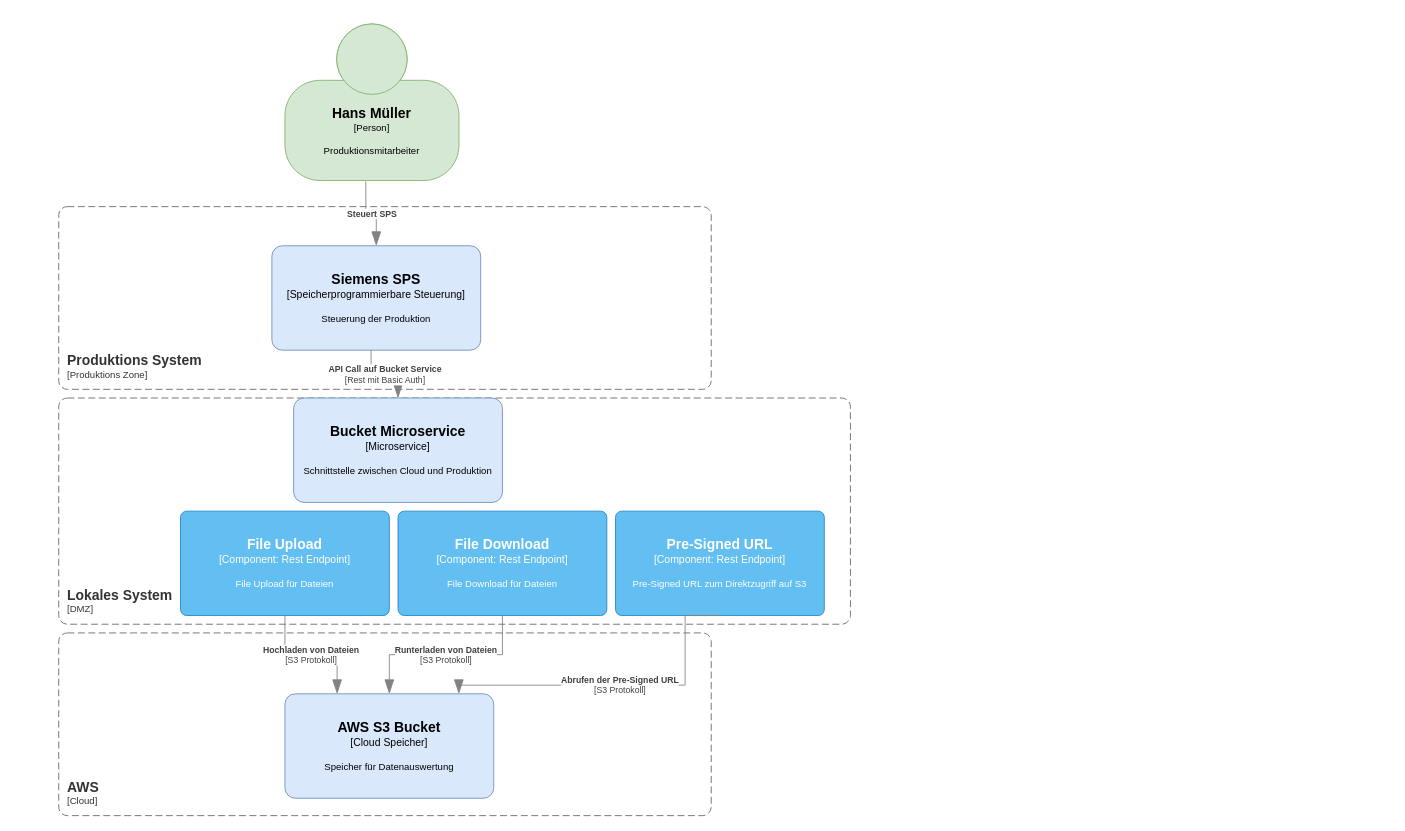
This is diagrams/C4.drawio from teimyBr/DLBSEPPSD01_D, a draw.io file, before an edit. Source tidied: cells renumbered, new cells numbered last; positions are measured from the earlier drawing's top-left corner, leaving out a move shared by most shapes. Both pictures are drawn from the tidied source at 87%, with x=0, y=0 at pixel (58, 23).
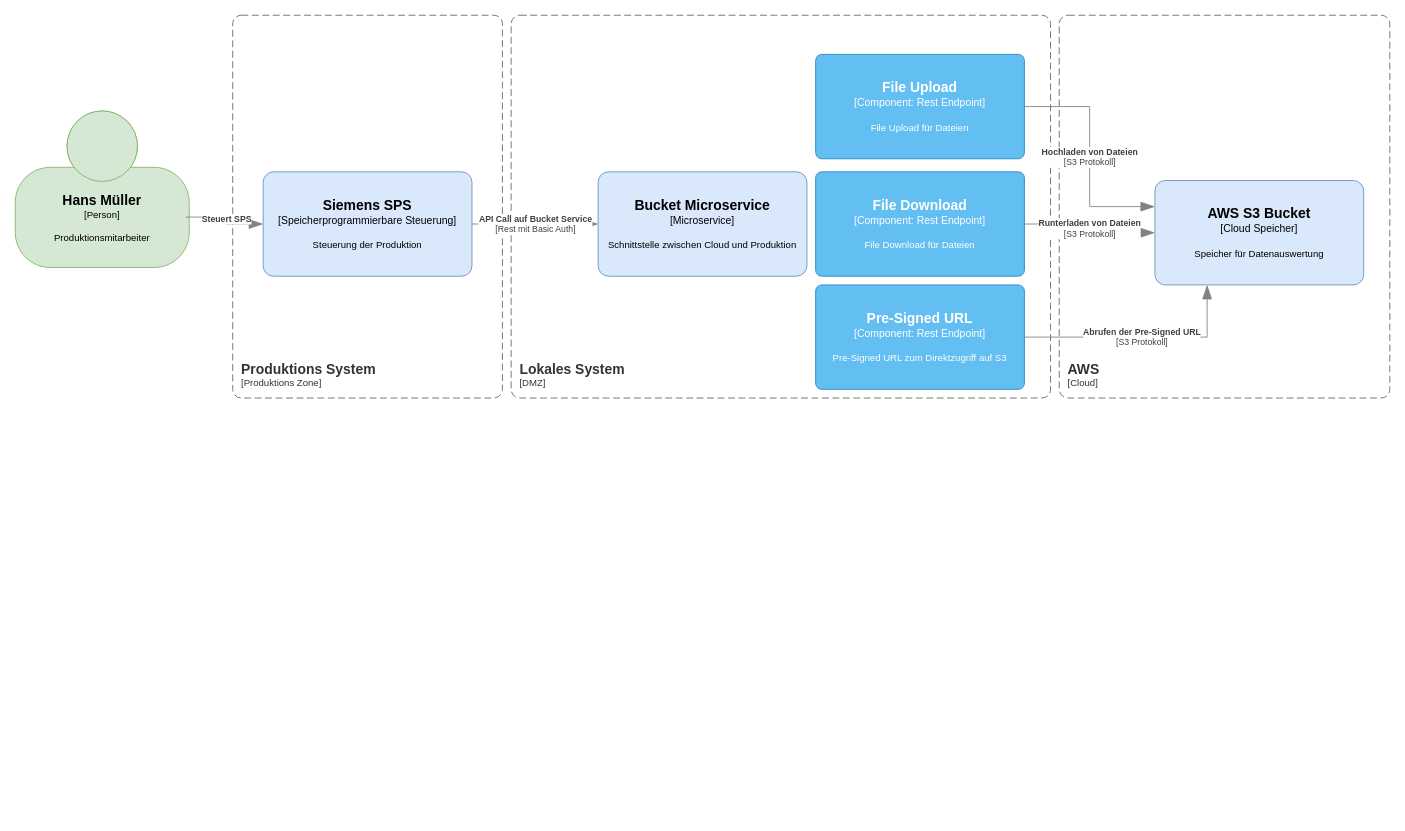
The same diagram, later.

The edit, as a diff of the source:
```diff
@@
     <object id="2" label="&lt;font style=&quot;font-size: 16px&quot;&gt;&lt;b&gt;%c4Name%&lt;/b&gt;&lt;/font&gt;&lt;div&gt;[%c4Type%]&lt;/div&gt;&lt;br&gt;&lt;div&gt;&lt;font style=&quot;font-size: 11px&quot;&gt;&lt;font&gt;%c4Description%&lt;/font&gt;&lt;/font&gt;&lt;/div&gt;" c4Description="Produktionsmitarbeiter" c4Name="Hans Müller" c4Type="Person" placeholders="1">
       <mxCell style="html=1;fontSize=11;dashed=0;whiteSpace=wrap;shape=mxgraph.c4.person2;align=center;points=[[0.5,0,0],[1,0.5,0],[1,0.75,0],[0.75,1,0],[0.5,1,0],[0.25,1,0],[0,0.75,0],[0,0.5,0]];fillColor=#d5e8d4;strokeColor=#82b366;fontColor=default;" parent="1" vertex="1">
-        <mxGeometry x="260" width="200" height="180" as="geometry" />
+        <mxGeometry x="-50" y="100" width="200" height="180" as="geometry" />
       </mxCell>
     </object>
     <object id="3" label="&lt;font style=&quot;font-size: 16px&quot;&gt;&lt;b&gt;&lt;div style=&quot;text-align: left&quot;&gt;%c4Name%&lt;/div&gt;&lt;/b&gt;&lt;/font&gt;&lt;div style=&quot;text-align: left&quot;&gt;[%c4Application%]&lt;/div&gt;" c4Application="Cloud" c4Name="AWS" placeholders="1">
       <mxCell style="rounded=1;fontSize=11;whiteSpace=wrap;html=1;dashed=1;arcSize=20;fillColor=none;strokeColor=#666666;fontColor=#333333;labelBackgroundColor=none;align=left;verticalAlign=bottom;labelBorderColor=none;spacingTop=0;spacing=10;dashPattern=8 4;perimeter=rectanglePerimeter;noLabel=0;labelPadding=0;absoluteArcSize=1;" parent="1" vertex="1">
-        <mxGeometry y="700" width="750" height="210" as="geometry" />
+        <mxGeometry x="1150" y="-10" width="380" height="440" as="geometry" />
       </mxCell>
     </object>
     <object id="4" label="&lt;font style=&quot;font-size: 16px&quot;&gt;&lt;b&gt;&lt;div style=&quot;text-align: left&quot;&gt;%c4Name%&lt;/div&gt;&lt;/b&gt;&lt;/font&gt;&lt;div style=&quot;text-align: left&quot;&gt;[%c4Application%]&lt;/div&gt;" c4Application="DMZ" c4Name="Lokales System" placeholders="1">
       <mxCell style="rounded=1;fontSize=11;whiteSpace=wrap;html=1;dashed=1;arcSize=20;fillColor=none;strokeColor=#666666;fontColor=#333333;labelBackgroundColor=none;align=left;verticalAlign=bottom;labelBorderColor=none;spacingTop=0;spacing=10;dashPattern=8 4;perimeter=rectanglePerimeter;noLabel=0;labelPadding=0;absoluteArcSize=1;" parent="1" vertex="1">
-        <mxGeometry y="430" width="910" height="260" as="geometry" />
+        <mxGeometry x="520" y="-10" width="620" height="440" as="geometry" />
       </mxCell>
     </object>
     <object id="5" label="&lt;font style=&quot;font-size: 16px&quot;&gt;&lt;b&gt;&lt;div style=&quot;text-align: left&quot;&gt;%c4Name%&lt;/div&gt;&lt;/b&gt;&lt;/font&gt;&lt;div style=&quot;text-align: left&quot;&gt;[%c4Application%]&lt;/div&gt;" c4Application="Produktions Zone" c4Name="Produktions System" placeholders="1">
       <mxCell style="rounded=1;fontSize=11;whiteSpace=wrap;html=1;dashed=1;arcSize=20;fillColor=none;strokeColor=#666666;fontColor=#333333;labelBackgroundColor=none;align=left;verticalAlign=bottom;labelBorderColor=none;spacingTop=0;spacing=10;dashPattern=8 4;perimeter=rectanglePerimeter;noLabel=0;labelPadding=0;absoluteArcSize=1;" parent="1" vertex="1">
-        <mxGeometry y="210" width="750" height="210" as="geometry" />
+        <mxGeometry x="200" y="-10" width="310" height="440" as="geometry" />
       </mxCell>
     </object>
     <object id="6" label="&lt;font style=&quot;font-size: 16px&quot;&gt;&lt;b&gt;%c4Name%&lt;/b&gt;&lt;/font&gt;&lt;div&gt;[%c4Type%]&lt;/div&gt;&lt;br&gt;&lt;div&gt;&lt;font style=&quot;font-size: 11px&quot;&gt;&lt;font&gt;%c4Description%&lt;/font&gt;&lt;/font&gt;&lt;/div&gt;" c4Description="Steuerung der Produktion" c4Name="Siemens SPS" c4Type="Speicherprogrammierbare Steuerung" placeholders="1">
       <mxCell style="rounded=1;whiteSpace=wrap;html=1;labelBackgroundColor=none;fillColor=#dae8fc;align=center;arcSize=10;strokeColor=#6c8ebf;points=[[0.25,0,0],[0.5,0,0],[0.75,0,0],[1,0.25,0],[1,0.5,0],[1,0.75,0],[0.75,1,0],[0.5,1,0],[0.25,1,0],[0,0.75,0],[0,0.5,0],[0,0.25,0]];fontColor=default;" parent="1" vertex="1">
-        <mxGeometry x="245" y="255" width="240" height="120" as="geometry" />
+        <mxGeometry x="235" y="170" width="240" height="120" as="geometry" />
       </mxCell>
     </object>
     <object id="7" label="&lt;font style=&quot;font-size: 16px&quot;&gt;&lt;b&gt;%c4Name%&lt;/b&gt;&lt;/font&gt;&lt;div&gt;[%c4Type%]&lt;/div&gt;&lt;br&gt;&lt;div&gt;&lt;font style=&quot;font-size: 11px&quot;&gt;&lt;font&gt;%c4Description%&lt;/font&gt;&lt;/font&gt;&lt;/div&gt;" c4Description="Schnittstelle zwischen Cloud und Produktion" c4Name="Bucket Microservice" c4Type="Microservice" placeholders="1">
       <mxCell style="rounded=1;whiteSpace=wrap;html=1;labelBackgroundColor=none;fillColor=#dae8fc;align=center;arcSize=10;strokeColor=#6c8ebf;points=[[0.25,0,0],[0.5,0,0],[0.75,0,0],[1,0.25,0],[1,0.5,0],[1,0.75,0],[0.75,1,0],[0.5,1,0],[0.25,1,0],[0,0.75,0],[0,0.5,0],[0,0.25,0]];fontColor=default;" parent="1" vertex="1">
-        <mxGeometry x="270" y="430" width="240" height="120" as="geometry" />
+        <mxGeometry x="620" y="170" width="240" height="120" as="geometry" />
       </mxCell>
     </object>
     <object id="8" label="&lt;font style=&quot;font-size: 16px&quot;&gt;&lt;b&gt;%c4Name%&lt;/b&gt;&lt;/font&gt;&lt;div&gt;[%c4Type%]&lt;/div&gt;&lt;br&gt;&lt;div&gt;&lt;font style=&quot;font-size: 11px&quot;&gt;&lt;font&gt;%c4Description%&lt;/font&gt;&lt;/font&gt;&lt;/div&gt;" c4Description="Speicher für Datenauswertung" c4Name="AWS S3 Bucket" c4Type="Cloud Speicher" placeholders="1">
       <mxCell style="rounded=1;whiteSpace=wrap;html=1;labelBackgroundColor=none;fillColor=#dae8fc;align=center;arcSize=10;strokeColor=#6c8ebf;points=[[0.25,0,0],[0.5,0,0],[0.75,0,0],[1,0.25,0],[1,0.5,0],[1,0.75,0],[0.75,1,0],[0.5,1,0],[0.25,1,0],[0,0.75,0],[0,0.5,0],[0,0.25,0]];fontColor=default;" parent="1" vertex="1">
-        <mxGeometry x="260" y="770" width="240" height="120" as="geometry" />
+        <mxGeometry x="1260" y="180" width="240" height="120" as="geometry" />
       </mxCell>
     </object>
     <object id="9" label="&lt;font style=&quot;font-size: 16px&quot;&gt;&lt;b&gt;%c4Name%&lt;/b&gt;&lt;/font&gt;&lt;div&gt;[%c4Type%: %c4Technology%]&lt;/div&gt;&lt;br&gt;&lt;div&gt;&lt;font style=&quot;font-size: 11px&quot;&gt;%c4Description%&lt;/font&gt;&lt;/div&gt;" c4Description="File Upload für Dateien" c4Name="File Upload" c4Technology="Rest Endpoint" c4Type="Component" placeholders="1">
       <mxCell style="rounded=1;whiteSpace=wrap;html=1;labelBackgroundColor=none;fillColor=#63BEF2;fontColor=#ffffff;align=center;arcSize=6;strokeColor=#2086C9;points=[[0.25,0,0],[0.5,0,0],[0.75,0,0],[1,0.25,0],[1,0.5,0],[1,0.75,0],[0.75,1,0],[0.5,1,0],[0.25,1,0],[0,0.75,0],[0,0.5,0],[0,0.25,0]];" parent="1" vertex="1">
-        <mxGeometry x="140" y="560" width="240" height="120" as="geometry" />
+        <mxGeometry x="870" y="35" width="240" height="120" as="geometry" />
       </mxCell>
     </object>
     <object id="10" label="&lt;font style=&quot;font-size: 16px&quot;&gt;&lt;b&gt;%c4Name%&lt;/b&gt;&lt;/font&gt;&lt;div&gt;[%c4Type%: %c4Technology%]&lt;/div&gt;&lt;br&gt;&lt;div&gt;&lt;font style=&quot;font-size: 11px&quot;&gt;%c4Description%&lt;/font&gt;&lt;/div&gt;" c4Description="File Download für Dateien" c4Name="File Download" c4Technology="Rest Endpoint" c4Type="Component" placeholders="1">
       <mxCell style="rounded=1;whiteSpace=wrap;html=1;labelBackgroundColor=none;fillColor=#63BEF2;fontColor=#ffffff;align=center;arcSize=6;strokeColor=#2086C9;points=[[0.25,0,0],[0.5,0,0],[0.75,0,0],[1,0.25,0],[1,0.5,0],[1,0.75,0],[0.75,1,0],[0.5,1,0],[0.25,1,0],[0,0.75,0],[0,0.5,0],[0,0.25,0]];" parent="1" vertex="1">
-        <mxGeometry x="390" y="560" width="240" height="120" as="geometry" />
+        <mxGeometry x="870" y="170" width="240" height="120" as="geometry" />
       </mxCell>
     </object>
     <object id="11" label="&lt;font style=&quot;font-size: 16px&quot;&gt;&lt;b&gt;%c4Name%&lt;/b&gt;&lt;/font&gt;&lt;div&gt;[%c4Type%: %c4Technology%]&lt;/div&gt;&lt;br&gt;&lt;div&gt;&lt;font style=&quot;font-size: 11px&quot;&gt;%c4Description%&lt;/font&gt;&lt;/div&gt;" c4Description="Pre-Signed URL zum Direktzugriff auf S3" c4Name="Pre-Signed URL" c4Technology="Rest Endpoint" c4Type="Component" placeholders="1">
       <mxCell style="rounded=1;whiteSpace=wrap;html=1;labelBackgroundColor=none;fillColor=#63BEF2;fontColor=#ffffff;align=center;arcSize=6;strokeColor=#2086C9;points=[[0.25,0,0],[0.5,0,0],[0.75,0,0],[1,0.25,0],[1,0.5,0],[1,0.75,0],[0.75,1,0],[0.5,1,0],[0.25,1,0],[0,0.75,0],[0,0.5,0],[0,0.25,0]];" parent="1" vertex="1">
-        <mxGeometry x="640" y="560" width="240" height="120" as="geometry" />
+        <mxGeometry x="870" y="300" width="240" height="120" as="geometry" />
       </mxCell>
     </object>
     <object id="12" label="&lt;div style=&quot;text-align: left&quot;&gt;&lt;div style=&quot;text-align: center&quot;&gt;&lt;b&gt;%c4Description%&lt;/b&gt;&lt;/div&gt;" c4Description="Steuert SPS" placeholders="1">
-      <mxCell style="endArrow=blockThin;html=1;fontSize=10;fontColor=#404040;strokeWidth=1;endFill=1;strokeColor=#828282;elbow=vertical;endSize=14;startSize=14;jumpStyle=arc;jumpSize=16;rounded=0;edgeStyle=orthogonalEdgeStyle;exitX=0.465;exitY=1.006;exitDx=0;exitDy=0;exitPerimeter=0;entryX=0.5;entryY=0;entryDx=0;entryDy=0;entryPerimeter=0;" parent="1" edge="1" source="2" target="6">
+      <mxCell style="endArrow=blockThin;html=1;fontSize=10;fontColor=#404040;strokeWidth=1;endFill=1;strokeColor=#828282;elbow=vertical;endSize=14;startSize=14;jumpStyle=arc;jumpSize=16;rounded=0;edgeStyle=orthogonalEdgeStyle;exitX=0.98;exitY=0.678;exitDx=0;exitDy=0;exitPerimeter=0;entryX=0;entryY=0.5;entryDx=0;entryDy=0;entryPerimeter=0;" parent="1" edge="1" source="2" target="6">
         <mxGeometry relative="1" as="geometry" />
       </mxCell>
     </object>
     <object id="13" label="&lt;div style=&quot;text-align: left&quot;&gt;&lt;div style=&quot;text-align: center&quot;&gt;&lt;b&gt;%c4Description%&lt;/b&gt;&lt;/div&gt;&lt;div style=&quot;text-align: center&quot;&gt;[%c4Technology%]&lt;/div&gt;&lt;/div&gt;" c4Description="API Call auf Bucket Service" c4Technology="Rest mit Basic Auth" placeholders="1">
-      <mxCell style="endArrow=blockThin;html=1;fontSize=10;fontColor=#404040;strokeWidth=1;endFill=1;strokeColor=#828282;elbow=vertical;endSize=14;startSize=14;jumpStyle=arc;jumpSize=16;rounded=0;edgeStyle=orthogonalEdgeStyle;exitX=0.475;exitY=1;exitDx=0;exitDy=0;exitPerimeter=0;entryX=0.5;entryY=0;entryDx=0;entryDy=0;entryPerimeter=0;" parent="1" edge="1" source="6" target="7">
+      <mxCell style="endArrow=blockThin;html=1;fontSize=10;fontColor=#404040;strokeWidth=1;endFill=1;strokeColor=#828282;elbow=vertical;endSize=14;startSize=14;jumpStyle=arc;jumpSize=16;rounded=0;edgeStyle=orthogonalEdgeStyle;exitX=1;exitY=0.5;exitDx=0;exitDy=0;exitPerimeter=0;entryX=0;entryY=0.5;entryDx=0;entryDy=0;entryPerimeter=0;" parent="1" edge="1" source="6" target="7">
         <mxGeometry relative="1" as="geometry" />
       </mxCell>
     </object>
     <object id="14" label="&lt;div style=&quot;text-align: left&quot;&gt;&lt;div style=&quot;text-align: center&quot;&gt;&lt;b&gt;%c4Description%&lt;/b&gt;&lt;/div&gt;&lt;div style=&quot;text-align: center&quot;&gt;[%c4Technology%]&lt;/div&gt;&lt;/div&gt;" c4Description="Hochladen von Dateien" c4Technology="S3 Protokoll" placeholders="1">
-      <mxCell style="endArrow=blockThin;html=1;fontSize=10;fontColor=#404040;strokeWidth=1;endFill=1;strokeColor=#828282;elbow=vertical;endSize=14;startSize=14;jumpStyle=arc;jumpSize=16;rounded=0;edgeStyle=orthogonalEdgeStyle;exitX=0.5;exitY=1;exitDx=0;exitDy=0;exitPerimeter=0;entryX=0.25;entryY=0;entryDx=0;entryDy=0;entryPerimeter=0;" parent="1" edge="1" source="9" target="8">
+      <mxCell style="endArrow=blockThin;html=1;fontSize=10;fontColor=#404040;strokeWidth=1;endFill=1;strokeColor=#828282;elbow=vertical;endSize=14;startSize=14;jumpStyle=arc;jumpSize=16;rounded=0;edgeStyle=orthogonalEdgeStyle;exitX=1;exitY=0.5;exitDx=0;exitDy=0;exitPerimeter=0;entryX=0;entryY=0.25;entryDx=0;entryDy=0;entryPerimeter=0;" parent="1" edge="1" source="9" target="8">
         <mxGeometry relative="1" as="geometry" />
       </mxCell>
     </object>
     <object id="15" label="&lt;div style=&quot;text-align: left&quot;&gt;&lt;div style=&quot;text-align: center&quot;&gt;&lt;b&gt;%c4Description%&lt;/b&gt;&lt;/div&gt;&lt;div style=&quot;text-align: center&quot;&gt;[%c4Technology%]&lt;/div&gt;&lt;/div&gt;" c4Description="Runterladen von Dateien" c4Technology="S3 Protokoll" placeholders="1">
-      <mxCell style="endArrow=blockThin;html=1;fontSize=10;fontColor=#404040;strokeWidth=1;endFill=1;strokeColor=#828282;elbow=vertical;endSize=14;startSize=14;jumpStyle=arc;jumpSize=16;rounded=0;edgeStyle=orthogonalEdgeStyle;exitX=0.5;exitY=1;exitDx=0;exitDy=0;exitPerimeter=0;entryX=0.5;entryY=0;entryDx=0;entryDy=0;entryPerimeter=0;" parent="1" edge="1" source="10" target="8">
+      <mxCell style="endArrow=blockThin;html=1;fontSize=10;fontColor=#404040;strokeWidth=1;endFill=1;strokeColor=#828282;elbow=vertical;endSize=14;startSize=14;jumpStyle=arc;jumpSize=16;rounded=0;edgeStyle=orthogonalEdgeStyle;exitX=1;exitY=0.5;exitDx=0;exitDy=0;exitPerimeter=0;entryX=0;entryY=0.5;entryDx=0;entryDy=0;entryPerimeter=0;" parent="1" edge="1" source="10" target="8">
         <mxGeometry relative="1" as="geometry" />
       </mxCell>
     </object>
     <object id="16" label="&lt;div style=&quot;text-align: left&quot;&gt;&lt;div style=&quot;text-align: center&quot;&gt;&lt;b&gt;%c4Description%&lt;/b&gt;&lt;/div&gt;&lt;div style=&quot;text-align: center&quot;&gt;[%c4Technology%]&lt;/div&gt;&lt;/div&gt;" c4Description="Abrufen der Pre-Signed URL" c4Technology="S3 Protokoll" placeholders="1">
-      <mxCell style="endArrow=blockThin;html=1;fontSize=10;fontColor=#404040;strokeWidth=1;endFill=1;strokeColor=#828282;elbow=vertical;endSize=14;startSize=14;jumpStyle=arc;jumpSize=16;rounded=0;edgeStyle=orthogonalEdgeStyle;exitX=0.5;exitY=1;exitDx=0;exitDy=0;exitPerimeter=0;entryX=0.833;entryY=0;entryDx=0;entryDy=0;entryPerimeter=0;" parent="1" edge="1" source="11" target="8">
-        <mxGeometry relative="1" as="geometry">
-          <Array as="points">
-            <mxPoint x="720" y="680" />
-            <mxPoint x="720" y="760" />
-            <mxPoint x="460" y="760" />
-          </Array>
-        </mxGeometry>
+      <mxCell style="endArrow=blockThin;html=1;fontSize=10;fontColor=#404040;strokeWidth=1;endFill=1;strokeColor=#828282;elbow=vertical;endSize=14;startSize=14;jumpStyle=arc;jumpSize=16;rounded=0;edgeStyle=orthogonalEdgeStyle;exitX=1;exitY=0.5;exitDx=0;exitDy=0;exitPerimeter=0;entryX=0.25;entryY=1;entryDx=0;entryDy=0;entryPerimeter=0;" parent="1" edge="1" source="11" target="8">
+        <mxGeometry relative="1" as="geometry" />
       </mxCell>
     </object>
```
